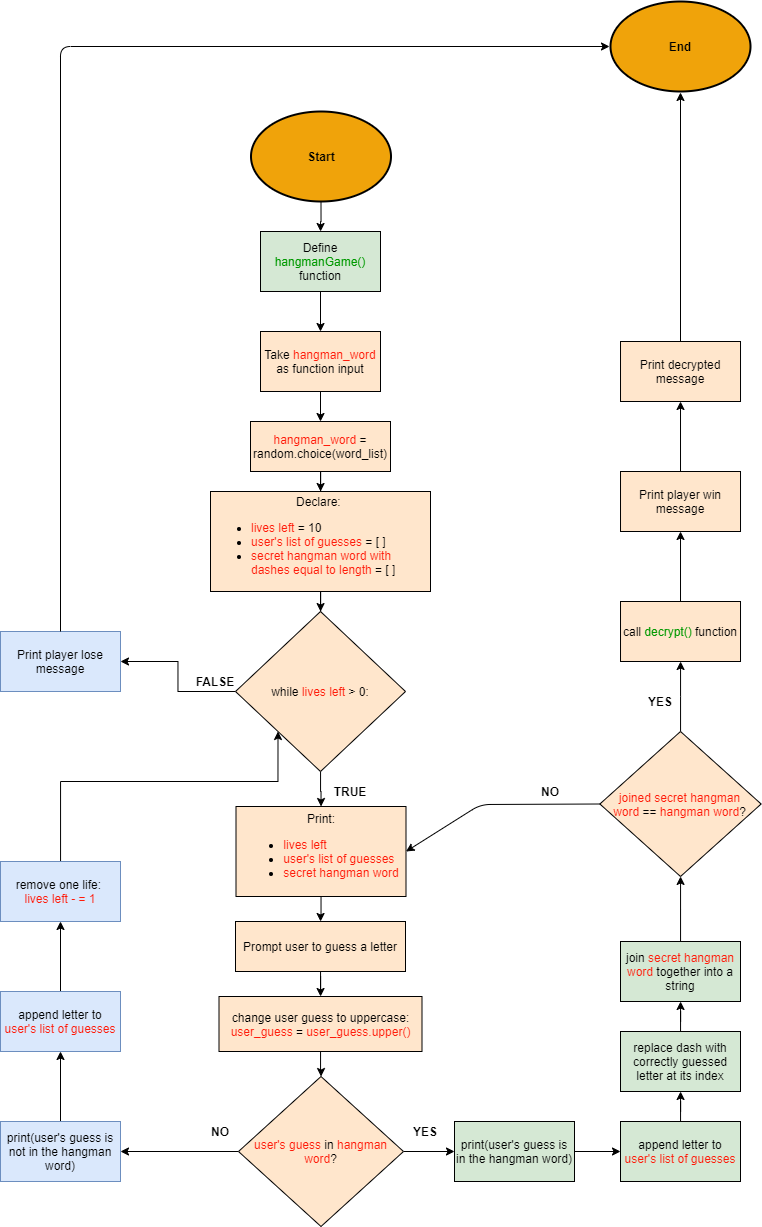
Above: hangmangame.png in lisalynn7/hangman-and-decryption (draw.io), before the change. Source tidied: cells renumbered, new cells last; positions are measured from the earlier drawing's top-left corner, leaving out a move shared by most shapes. Source of this version:
```xml
<mxGraphModel>
  <root>
    <mxCell id="0" />
    <mxCell id="1" parent="0" />
    <mxCell id="2" style="edgeStyle=orthogonalEdgeStyle;rounded=0;jettySize=auto;html=1;" parent="1" edge="1" source="3" target="4">
      <mxGeometry relative="1" as="geometry" />
    </mxCell>
    <mxCell id="3" value="&lt;b&gt;&lt;font color=&quot;#000000&quot;&gt;Start&lt;/font&gt;&lt;/b&gt;" style="ellipse;whiteSpace=wrap;html=1;labelBorderColor=none;labelBackgroundColor=none;fillColor=#f0a30a;fontColor=#ffffff;perimeterSpacing=1;strokeWidth=2;" parent="1" vertex="1">
      <mxGeometry x="250.5" y="110" width="140" height="90" as="geometry" />
    </mxCell>
    <mxCell id="4" value="Define&lt;font color=&quot;#00cc00&quot;&gt; &lt;/font&gt;&lt;font color=&quot;#009900&quot;&gt;hangmanGame()&lt;/font&gt; function" style="rounded=0;whiteSpace=wrap;html=1;fillColor=#d5e8d4;strokeWidth=1;" parent="1" vertex="1">
      <mxGeometry x="260" y="230" width="120" height="60" as="geometry" />
    </mxCell>
    <mxCell id="5" value="Take &lt;font color=&quot;#ff1b0a&quot;&gt;hangman_word&lt;/font&gt; as function input" style="rounded=0;whiteSpace=wrap;html=1;fillColor=#ffe6cc;strokeWidth=1;" parent="1" vertex="1">
      <mxGeometry x="260" y="330" width="120" height="60" as="geometry" />
    </mxCell>
    <mxCell id="6" style="endArrow=classic;html=1;exitX=0.5;exitY=1;exitDx=0;exitDy=0;entryX=0.5;entryY=0;entryDx=0;entryDy=0;" parent="1" edge="1" source="4" target="5">
      <mxGeometry relative="1" as="geometry" />
    </mxCell>
    <mxCell id="7" style="edgeStyle=orthogonalEdgeStyle;rounded=0;jettySize=auto;html=1;" parent="1" edge="1" source="8" target="16">
      <mxGeometry relative="1" as="geometry" />
    </mxCell>
    <mxCell id="8" value="&lt;font color=&quot;#ff1b0a&quot;&gt;hangman_word &lt;/font&gt;= random.choice(word_list)" style="rounded=0;whiteSpace=wrap;html=1;fillColor=#ffe6cc;strokeWidth=1;" parent="1" vertex="1">
      <mxGeometry x="250" y="420" width="140" height="50" as="geometry" />
    </mxCell>
    <mxCell id="9" style="endArrow=classic;html=1;exitX=0.5;exitY=1;exitDx=0;exitDy=0;entryX=0.5;entryY=0;entryDx=0;entryDy=0;" parent="1" edge="1" source="5" target="8">
      <mxGeometry relative="1" as="geometry" />
    </mxCell>
    <mxCell id="10" style="edgeStyle=orthogonalEdgeStyle;rounded=0;jettySize=auto;html=1;" parent="1" edge="1" source="12" target="28">
      <mxGeometry relative="1" as="geometry" />
    </mxCell>
    <mxCell id="11" style="edgeStyle=orthogonalEdgeStyle;rounded=0;jettySize=auto;html=1;" parent="1" edge="1" source="12" target="18">
      <mxGeometry relative="1" as="geometry" />
    </mxCell>
    <mxCell id="12" value="&lt;font color=&quot;#ff1b0a&quot;&gt;user's guess&lt;/font&gt;&amp;nbsp;in &lt;font color=&quot;#ff1b0a&quot;&gt;hangman word&lt;/font&gt;?" style="rhombus;whiteSpace=wrap;html=1;rounded=0;fillColor=#ffe6cc;strokeWidth=1;" parent="1" vertex="1">
      <mxGeometry x="238" y="1075" width="165" height="150" as="geometry" />
    </mxCell>
    <mxCell id="13" value="NO" style="text;html=1;strokeColor=none;fillColor=none;align=center;verticalAlign=middle;whiteSpace=wrap;rounded=0;fontStyle=1;" parent="1" vertex="1">
      <mxGeometry x="200" y="1120" width="40" height="20" as="geometry" />
    </mxCell>
    <mxCell id="14" value="YES" style="text;html=1;strokeColor=none;fillColor=none;align=center;verticalAlign=middle;whiteSpace=wrap;rounded=0;fontStyle=1;" parent="1" vertex="1">
      <mxGeometry x="405" y="1120" width="40" height="20" as="geometry" />
    </mxCell>
    <mxCell id="15" style="edgeStyle=orthogonalEdgeStyle;rounded=0;jettySize=auto;html=1;" parent="1" edge="1" source="16" target="50">
      <mxGeometry relative="1" as="geometry" />
    </mxCell>
    <mxCell id="16" value="Declare:&amp;nbsp;&lt;br&gt;&lt;ul&gt;&lt;li style=&quot;text-align: left&quot;&gt;&lt;font color=&quot;#ff1b0a&quot;&gt;lives left &lt;/font&gt;= 10&lt;/li&gt;&lt;li style=&quot;text-align: left&quot;&gt;&lt;font color=&quot;#ff1b0a&quot;&gt;user's list of guesses &lt;/font&gt;= [ ]&amp;nbsp;&lt;/li&gt;&lt;li style=&quot;text-align: left&quot;&gt;&lt;font color=&quot;#ff1b0a&quot;&gt;secret hangman word with dashes equal to length &lt;/font&gt;= [ ]&lt;/li&gt;&lt;/ul&gt;" style="rounded=0;whiteSpace=wrap;html=1;fillColor=#ffe6cc;strokeWidth=1;align=center;" parent="1" vertex="1">
      <mxGeometry x="210" y="490" width="220" height="100" as="geometry" />
    </mxCell>
    <mxCell id="17" style="edgeStyle=orthogonalEdgeStyle;rounded=0;jettySize=auto;html=1;" parent="1" edge="1" source="18" target="20">
      <mxGeometry relative="1" as="geometry" />
    </mxCell>
    <mxCell id="18" value="print(user's guess is in the hangman word)" style="whiteSpace=wrap;html=1;rounded=0;fillColor=#d5e8d4;strokeWidth=1;" parent="1" vertex="1">
      <mxGeometry x="454" y="1120" width="120" height="60" as="geometry" />
    </mxCell>
    <mxCell id="19" style="edgeStyle=orthogonalEdgeStyle;rounded=0;jettySize=auto;html=1;" parent="1" edge="1" source="20" target="22">
      <mxGeometry relative="1" as="geometry" />
    </mxCell>
    <mxCell id="20" value="append letter to &lt;font color=&quot;#ff1b0a&quot;&gt;user's list of guesses&lt;/font&gt;" style="whiteSpace=wrap;html=1;rounded=0;fillColor=#d5e8d4;strokeWidth=1;" parent="1" vertex="1">
      <mxGeometry x="620" y="1120" width="120" height="60" as="geometry" />
    </mxCell>
    <mxCell id="21" style="edgeStyle=orthogonalEdgeStyle;rounded=0;jettySize=auto;html=1;" parent="1" edge="1" source="22" target="34">
      <mxGeometry relative="1" as="geometry" />
    </mxCell>
    <mxCell id="22" value="replace dash with correctly guessed letter at its index" style="whiteSpace=wrap;html=1;rounded=0;fillColor=#d5e8d4;strokeWidth=1;" parent="1" vertex="1">
      <mxGeometry x="620" y="1030" width="120" height="60" as="geometry" />
    </mxCell>
    <mxCell id="23" style="edgeStyle=orthogonalEdgeStyle;rounded=0;jettySize=auto;html=1;" parent="1" edge="1" source="24" target="26">
      <mxGeometry relative="1" as="geometry" />
    </mxCell>
    <mxCell id="24" value="Print:&lt;br&gt;&lt;ul&gt;&lt;li style=&quot;text-align: left&quot;&gt;&lt;font color=&quot;#ff1b0a&quot;&gt;lives left&lt;/font&gt;&lt;/li&gt;&lt;li style=&quot;text-align: left&quot;&gt;&lt;font color=&quot;#ff1b0a&quot;&gt;user's list of guesses&lt;/font&gt;&lt;/li&gt;&lt;li style=&quot;text-align: left&quot;&gt;&lt;font color=&quot;#ff1b0a&quot;&gt;secret hangman word&lt;/font&gt;&lt;/li&gt;&lt;/ul&gt;" style="rounded=0;whiteSpace=wrap;html=1;fillColor=#ffe6cc;strokeWidth=1;" parent="1" vertex="1">
      <mxGeometry x="235.5" y="805" width="170" height="90" as="geometry" />
    </mxCell>
    <mxCell id="25" style="edgeStyle=orthogonalEdgeStyle;rounded=0;jettySize=auto;html=1;" parent="1" edge="1" source="26" target="55">
      <mxGeometry relative="1" as="geometry" />
    </mxCell>
    <mxCell id="26" value="Prompt user to guess a letter" style="rounded=0;whiteSpace=wrap;html=1;fillColor=#ffe6cc;strokeWidth=1;" parent="1" vertex="1">
      <mxGeometry x="235" y="920" width="170" height="50" as="geometry" />
    </mxCell>
    <mxCell id="27" style="edgeStyle=orthogonalEdgeStyle;rounded=0;jettySize=auto;html=1;" parent="1" edge="1" source="28" target="30">
      <mxGeometry relative="1" as="geometry" />
    </mxCell>
    <mxCell id="28" value="print(user's guess is not in the hangman word)" style="whiteSpace=wrap;html=1;rounded=0;fillColor=#dae8fc;strokeWidth=1;strokeColor=#6c8ebf;" parent="1" vertex="1">
      <mxGeometry y="1120" width="120" height="60" as="geometry" />
    </mxCell>
    <mxCell id="29" style="edgeStyle=orthogonalEdgeStyle;rounded=0;jettySize=auto;html=1;" parent="1" edge="1" source="30" target="32">
      <mxGeometry relative="1" as="geometry" />
    </mxCell>
    <mxCell id="30" value="append letter to &lt;font color=&quot;#ff1b0a&quot;&gt;user's list of guesses&lt;/font&gt;" style="whiteSpace=wrap;html=1;rounded=0;fillColor=#dae8fc;strokeWidth=1;strokeColor=#6c8ebf;" parent="1" vertex="1">
      <mxGeometry y="990" width="120" height="60" as="geometry" />
    </mxCell>
    <mxCell id="31" style="edgeStyle=orthogonalEdgeStyle;rounded=0;jettySize=auto;html=1;entryX=0;entryY=1;entryDx=0;entryDy=0;" parent="1" edge="1" source="32" target="50">
      <mxGeometry relative="1" as="geometry">
        <Array as="points">
          <mxPoint x="60" y="780" />
          <mxPoint x="278" y="780" />
        </Array>
      </mxGeometry>
    </mxCell>
    <mxCell id="32" value="remove one life:&amp;nbsp;&lt;br&gt;&lt;font color=&quot;#ff1b0a&quot;&gt;lives left - = 1&lt;/font&gt;" style="whiteSpace=wrap;html=1;rounded=0;fillColor=#dae8fc;strokeWidth=1;strokeColor=#6c8ebf;" parent="1" vertex="1">
      <mxGeometry y="860" width="120" height="60" as="geometry" />
    </mxCell>
    <mxCell id="33" style="edgeStyle=orthogonalEdgeStyle;rounded=0;jettySize=auto;html=1;" parent="1" edge="1" source="34" target="36">
      <mxGeometry relative="1" as="geometry" />
    </mxCell>
    <mxCell id="34" value="join &lt;font color=&quot;#ff1b0a&quot;&gt;secret hangman word &lt;/font&gt;together into a string" style="whiteSpace=wrap;html=1;rounded=0;fillColor=#d5e8d4;strokeWidth=1;" parent="1" vertex="1">
      <mxGeometry x="620" y="940" width="120" height="60" as="geometry" />
    </mxCell>
    <mxCell id="35" style="edgeStyle=orthogonalEdgeStyle;rounded=0;jettySize=auto;html=1;" parent="1" edge="1" source="36" target="38">
      <mxGeometry relative="1" as="geometry" />
    </mxCell>
    <mxCell id="36" value="&lt;font color=&quot;#ff1b0a&quot;&gt;joined secret hangman word&lt;/font&gt;&amp;nbsp;==&lt;font color=&quot;#ff1b0a&quot;&gt; hangman word&lt;/font&gt;?" style="rhombus;whiteSpace=wrap;html=1;rounded=0;fillColor=#ffe6cc;strokeWidth=1;" parent="1" vertex="1">
      <mxGeometry x="599.4" y="730" width="161.2" height="145" as="geometry" />
    </mxCell>
    <mxCell id="37" style="edgeStyle=orthogonalEdgeStyle;rounded=0;jettySize=auto;html=1;" parent="1" edge="1" source="38" target="40">
      <mxGeometry relative="1" as="geometry" />
    </mxCell>
    <mxCell id="38" value="call &lt;font color=&quot;#009900&quot;&gt;decrypt()&lt;/font&gt; function" style="whiteSpace=wrap;html=1;rounded=0;strokeWidth=1;fillColor=#ffe6cc;" parent="1" vertex="1">
      <mxGeometry x="620" y="600" width="120" height="60" as="geometry" />
    </mxCell>
    <mxCell id="39" style="edgeStyle=orthogonalEdgeStyle;rounded=0;jettySize=auto;html=1;" parent="1" edge="1" source="40" target="43">
      <mxGeometry relative="1" as="geometry" />
    </mxCell>
    <mxCell id="40" value="Print player win message" style="whiteSpace=wrap;html=1;rounded=0;strokeWidth=1;fillColor=#ffe6cc;" parent="1" vertex="1">
      <mxGeometry x="620" y="470" width="120" height="60" as="geometry" />
    </mxCell>
    <mxCell id="41" value="&lt;b&gt;&lt;font color=&quot;#000000&quot;&gt;End&lt;/font&gt;&lt;/b&gt;" style="ellipse;whiteSpace=wrap;html=1;labelBorderColor=none;labelBackgroundColor=none;fillColor=#f0a30a;fontColor=#ffffff;perimeterSpacing=1;strokeWidth=2;" parent="1" vertex="1">
      <mxGeometry x="610" width="140" height="90" as="geometry" />
    </mxCell>
    <mxCell id="42" style="edgeStyle=orthogonalEdgeStyle;rounded=0;jettySize=auto;html=1;" parent="1" edge="1" source="43" target="41">
      <mxGeometry relative="1" as="geometry" />
    </mxCell>
    <mxCell id="43" value="Print decrypted message" style="whiteSpace=wrap;html=1;rounded=0;strokeWidth=1;fillColor=#ffe6cc;" parent="1" vertex="1">
      <mxGeometry x="620" y="340" width="120" height="60" as="geometry" />
    </mxCell>
    <mxCell id="44" value="YES" style="text;html=1;strokeColor=none;fillColor=none;align=center;verticalAlign=middle;whiteSpace=wrap;rounded=0;labelBackgroundColor=none;fontStyle=1;" parent="1" vertex="1">
      <mxGeometry x="640" y="690" width="40" height="20" as="geometry" />
    </mxCell>
    <mxCell id="45" style="endArrow=classic;html=1;exitX=0;exitY=0.5;exitDx=0;exitDy=0;entryX=1;entryY=0.5;entryDx=0;entryDy=0;" parent="1" edge="1" source="36" target="24">
      <mxGeometry relative="1" as="geometry">
        <Array as="points">
          <mxPoint x="480" y="803" />
        </Array>
      </mxGeometry>
    </mxCell>
    <mxCell id="46" value="NO" style="text;html=1;strokeColor=none;fillColor=none;align=center;verticalAlign=middle;whiteSpace=wrap;rounded=0;labelBackgroundColor=none;fontStyle=1;" parent="1" vertex="1">
      <mxGeometry x="530" y="780" width="40" height="20" as="geometry" />
    </mxCell>
    <mxCell id="47" value="TRUE" style="text;html=1;strokeColor=none;fillColor=none;align=center;verticalAlign=middle;whiteSpace=wrap;rounded=0;labelBackgroundColor=none;fontStyle=1;" parent="1" vertex="1">
      <mxGeometry x="330" y="780" width="40" height="20" as="geometry" />
    </mxCell>
    <mxCell id="48" style="edgeStyle=orthogonalEdgeStyle;rounded=0;jettySize=auto;html=1;" parent="1" edge="1" source="50" target="24">
      <mxGeometry relative="1" as="geometry" />
    </mxCell>
    <mxCell id="49" style="edgeStyle=orthogonalEdgeStyle;rounded=0;jettySize=auto;html=1;" parent="1" edge="1" source="50" target="51">
      <mxGeometry relative="1" as="geometry" />
    </mxCell>
    <mxCell id="50" value="&lt;span&gt;while&amp;nbsp;&lt;/span&gt;&lt;font color=&quot;#ff1b0a&quot;&gt;lives left&lt;/font&gt;&lt;span&gt;&amp;nbsp;&amp;gt; 0:&lt;/span&gt;" style="rhombus;whiteSpace=wrap;html=1;labelBackgroundColor=none;strokeWidth=1;fillColor=#ffe6cc;" parent="1" vertex="1">
      <mxGeometry x="235" y="610" width="170" height="160" as="geometry" />
    </mxCell>
    <mxCell id="51" value="Print player lose message" style="whiteSpace=wrap;html=1;rounded=0;fillColor=#dae8fc;strokeWidth=1;strokeColor=#6c8ebf;" parent="1" vertex="1">
      <mxGeometry y="630" width="120" height="60" as="geometry" />
    </mxCell>
    <mxCell id="52" value="&lt;span&gt;FALSE&lt;/span&gt;" style="text;html=1;strokeColor=none;fillColor=none;align=center;verticalAlign=middle;whiteSpace=wrap;rounded=0;labelBackgroundColor=none;fontStyle=1;" parent="1" vertex="1">
      <mxGeometry x="195" y="670" width="40" height="20" as="geometry" />
    </mxCell>
    <mxCell id="53" style="endArrow=classic;html=1;exitX=0.5;exitY=0;exitDx=0;exitDy=0;entryX=0;entryY=0.5;entryDx=0;entryDy=0;" parent="1" edge="1" source="51" target="41">
      <mxGeometry relative="1" as="geometry">
        <Array as="points">
          <mxPoint x="60" y="45" />
        </Array>
      </mxGeometry>
    </mxCell>
    <mxCell id="54" style="edgeStyle=orthogonalEdgeStyle;rounded=0;jettySize=auto;html=1;" parent="1" edge="1" source="55" target="12">
      <mxGeometry relative="1" as="geometry" />
    </mxCell>
    <mxCell id="55" value="change user guess to uppercase:&lt;br&gt;&lt;font color=&quot;#ff1b0a&quot;&gt;user_guess &lt;/font&gt;=&lt;font color=&quot;#ff1b0a&quot;&gt; user_guess.upper()&lt;/font&gt;" style="rounded=0;whiteSpace=wrap;html=1;fillColor=#ffe6cc;strokeWidth=1;" parent="1" vertex="1">
      <mxGeometry x="218.5" y="995" width="203" height="55" as="geometry" />
    </mxCell>
  </root>
</mxGraphModel>
```
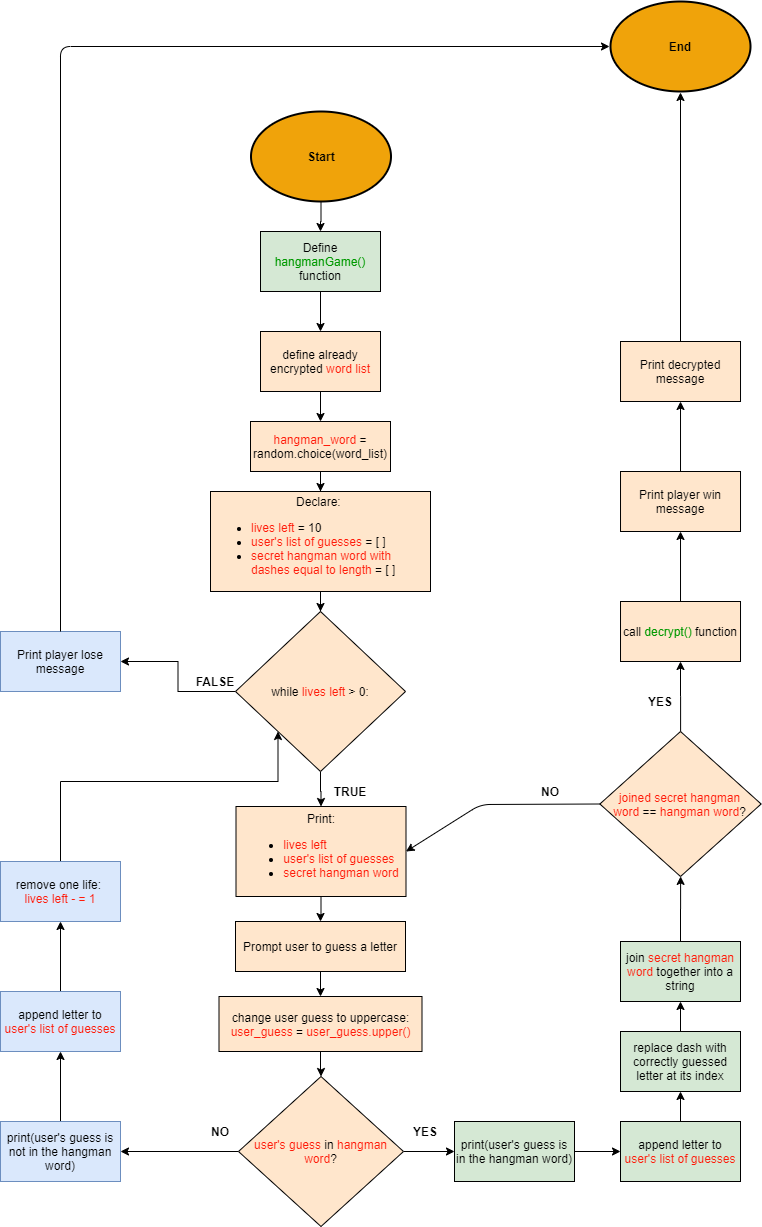
The same diagram one commit later.

Diff of the diagram source:
```diff
@@ -11,7 +11,7 @@
     <mxCell id="4" value="Define&lt;font color=&quot;#00cc00&quot;&gt; &lt;/font&gt;&lt;font color=&quot;#009900&quot;&gt;hangmanGame()&lt;/font&gt; function" style="rounded=0;whiteSpace=wrap;html=1;fillColor=#d5e8d4;strokeWidth=1;" parent="1" vertex="1">
       <mxGeometry x="260" y="230" width="120" height="60" as="geometry" />
     </mxCell>
-    <mxCell id="5" value="Take &lt;font color=&quot;#ff1b0a&quot;&gt;hangman_word&lt;/font&gt; as function input" style="rounded=0;whiteSpace=wrap;html=1;fillColor=#ffe6cc;strokeWidth=1;" parent="1" vertex="1">
+    <mxCell id="5" value="define already encrypted&lt;font color=&quot;#ff1b0a&quot;&gt; word list&lt;/font&gt;" style="rounded=0;whiteSpace=wrap;html=1;fillColor=#ffe6cc;strokeWidth=1;" parent="1" vertex="1">
       <mxGeometry x="260" y="330" width="120" height="60" as="geometry" />
     </mxCell>
     <mxCell id="6" style="endArrow=classic;html=1;exitX=0.5;exitY=1;exitDx=0;exitDy=0;entryX=0.5;entryY=0;entryDx=0;entryDy=0;" parent="1" edge="1" source="4" target="5">
```
